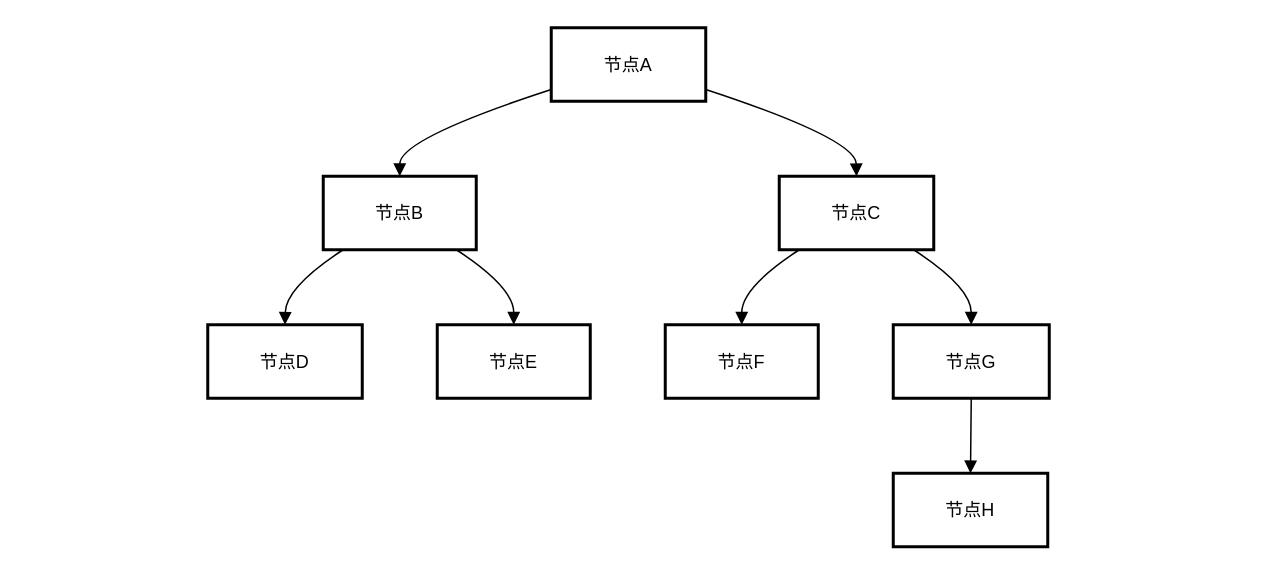
This is 未命名绘图.drawio from gaosen1/nba, a draw.io file, before an edit. Source tidied: cells renumbered, new cells numbered last; positions are measured from the earlier drawing's top-left corner, leaving out a move shared by most shapes. Both pictures are drawn from the tidied source at 150%, with x=0, y=0 at pixel (207, 27).
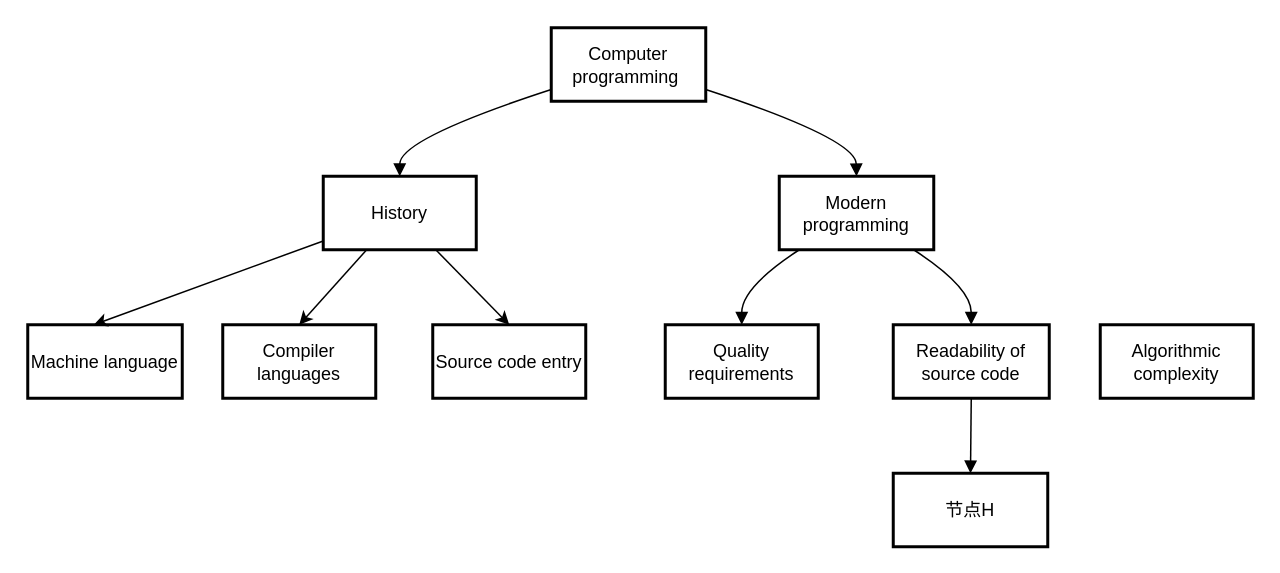
Above is the later version.

The edit, as a diff of the source:
```diff
@@
-    <mxCell id="2" value="节点A" style="whiteSpace=wrap;strokeWidth=2;" parent="1" vertex="1">
+    <mxCell id="2" value="Computer programming " style="whiteSpace=wrap;strokeWidth=2;" parent="1" vertex="1">
       <mxGeometry x="229" width="103" height="49" as="geometry" />
     </mxCell>
-    <mxCell id="3" value="节点B" style="whiteSpace=wrap;strokeWidth=2;" parent="1" vertex="1">
+    <mxCell id="3" value="History" style="whiteSpace=wrap;strokeWidth=2;" parent="1" vertex="1">
       <mxGeometry x="77" y="99" width="102" height="49" as="geometry" />
     </mxCell>
-    <mxCell id="4" value="节点C" style="whiteSpace=wrap;strokeWidth=2;" parent="1" vertex="1">
+    <mxCell id="4" value="Modern programming" style="whiteSpace=wrap;strokeWidth=2;" parent="1" vertex="1">
       <mxGeometry x="381" y="99" width="103" height="49" as="geometry" />
     </mxCell>
-    <mxCell id="5" value="节点D" style="whiteSpace=wrap;strokeWidth=2;" parent="1" vertex="1">
-      <mxGeometry y="198" width="103" height="49" as="geometry" />
+    <mxCell id="5" value="Machine language" style="whiteSpace=wrap;strokeWidth=2;" parent="1" vertex="1">
+      <mxGeometry x="-120" y="198" width="103" height="49" as="geometry" />
     </mxCell>
-    <mxCell id="6" value="节点E" style="whiteSpace=wrap;strokeWidth=2;" parent="1" vertex="1">
-      <mxGeometry x="153" y="198" width="102" height="49" as="geometry" />
+    <mxCell id="6" value="Compiler languages" style="whiteSpace=wrap;strokeWidth=2;" parent="1" vertex="1">
+      <mxGeometry x="10" y="198" width="102" height="49" as="geometry" />
     </mxCell>
-    <mxCell id="7" value="节点F" style="whiteSpace=wrap;strokeWidth=2;" parent="1" vertex="1">
+    <mxCell id="7" value="Quality requirements" style="whiteSpace=wrap;strokeWidth=2;" parent="1" vertex="1">
       <mxGeometry x="305" y="198" width="102" height="49" as="geometry" />
     </mxCell>
-    <mxCell id="8" value="节点G" style="whiteSpace=wrap;strokeWidth=2;" parent="1" vertex="1">
+    <mxCell id="8" value="Readability of source code" style="whiteSpace=wrap;strokeWidth=2;" parent="1" vertex="1">
       <mxGeometry x="457" y="198" width="104" height="49" as="geometry" />
     </mxCell>
@@
-    <mxCell id="12" style="curved=1;startArrow=none;endArrow=block;exitX=0.13;exitY=1;entryX=0.5;entryY=0;" parent="1" edge="1" source="3" target="5">
-      <mxGeometry relative="1" as="geometry">
-        <Array as="points">
-          <mxPoint x="52" y="173" />
-        </Array>
-      </mxGeometry>
-    </mxCell>
-    <mxCell id="13" style="curved=1;startArrow=none;endArrow=block;exitX=0.87;exitY=1;entryX=0.5;entryY=0;" parent="1" edge="1" source="3" target="6">
-      <mxGeometry relative="1" as="geometry">
-        <Array as="points">
-          <mxPoint x="204" y="173" />
-        </Array>
-      </mxGeometry>
-    </mxCell>
@@
+    <mxCell id="17" value="Source code entry" style="whiteSpace=wrap;strokeWidth=2;" parent="1" vertex="1">
+      <mxGeometry x="150" y="198" width="102" height="49" as="geometry" />
+    </mxCell>
+    <mxCell id="12" style="endArrow=classic;html=1;rounded=0;entryX=0.427;entryY=0;entryDx=0;entryDy=0;entryPerimeter=0;" parent="1" edge="1" source="3" target="5">
+      <mxGeometry relative="1" as="geometry" />
+    </mxCell>
+    <mxCell id="13" style="endArrow=classic;html=1;rounded=0;entryX=0.5;entryY=0;entryDx=0;entryDy=0;" parent="1" edge="1" source="3" target="6">
+      <mxGeometry relative="1" as="geometry" />
+    </mxCell>
+    <mxCell id="18" style="endArrow=classic;html=1;rounded=0;entryX=0.5;entryY=0;entryDx=0;entryDy=0;" parent="1" edge="1" source="3" target="17">
+      <mxGeometry relative="1" as="geometry" />
+    </mxCell>
+    <mxCell id="19" value="Algorithmic complexity" style="whiteSpace=wrap;strokeWidth=2;" parent="1" vertex="1">
+      <mxGeometry x="595" y="198" width="102" height="49" as="geometry" />
+    </mxCell>
```
